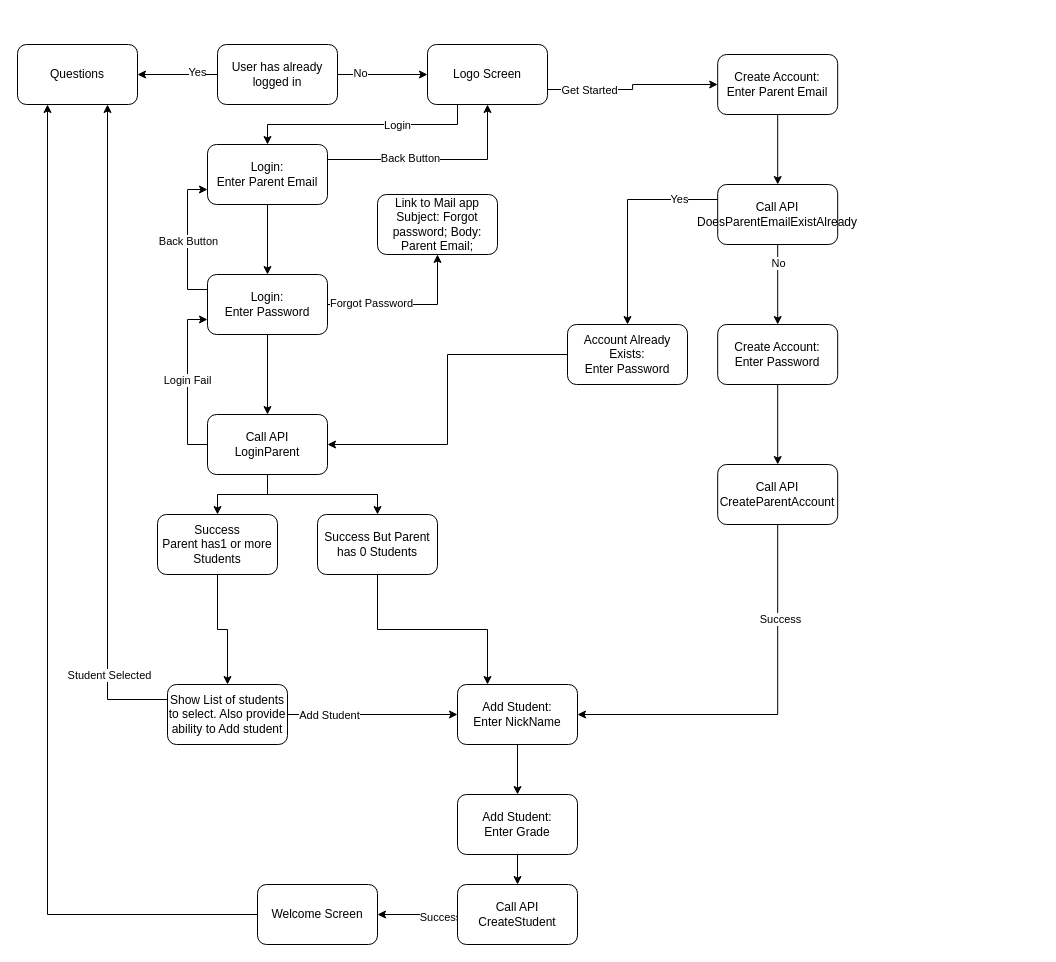
Earlier version of the draw.io diagram Untitled Diagram.drawio (pavankay/Trivia). Source tidied: cells renumbered, new cells numbered last; positions are measured from the earlier drawing's top-left corner, leaving out a move shared by most shapes. Both pictures are drawn from the tidied source at 100%, with x=0, y=0 at pixel (17, 44).
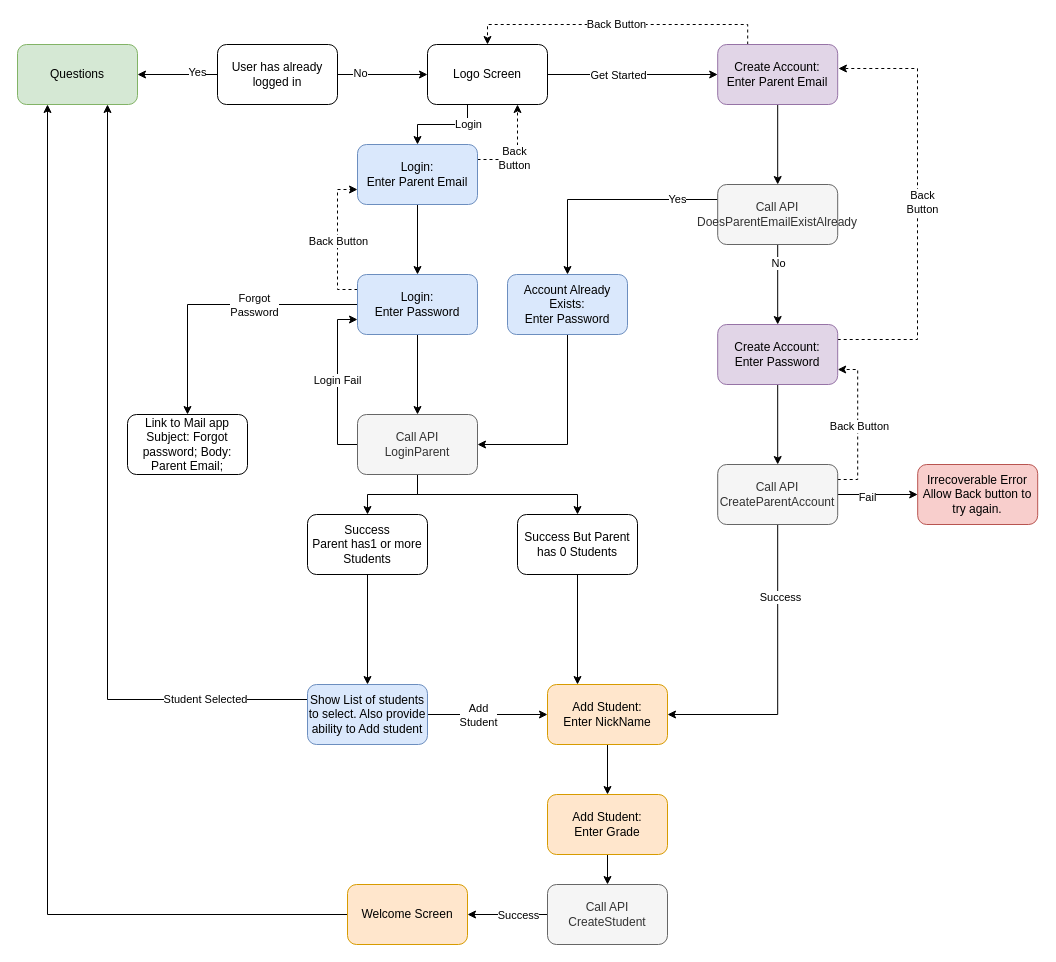
The same diagram, later.

Unchanged cells that the change refers to:
```xml
<mxCell id="12" value="Logo Screen" style="rounded=1;whiteSpace=wrap;html=1;" parent="1" vertex="1">
  <mxGeometry x="410" width="120" height="60" as="geometry" />
</mxCell>
<mxCell id="29" style="edgeStyle=orthogonalEdgeStyle;rounded=0;jettySize=auto;html=1;" parent="1" edge="1" source="31" target="60">
  <mxGeometry relative="1" as="geometry" />
</mxCell>
<mxCell id="48" style="edgeStyle=orthogonalEdgeStyle;rounded=0;jettySize=auto;html=1;" parent="1" edge="1" source="50" target="36">
  <mxGeometry relative="1" as="geometry" />
</mxCell>
<mxCell id="55" style="edgeStyle=orthogonalEdgeStyle;rounded=0;jettySize=auto;html=1;" parent="1" edge="1" source="57" target="59">
  <mxGeometry relative="1" as="geometry" />
</mxCell>
```

Change to the diagram source:
```diff
@@
-    <mxCell id="7" value="Questions" style="rounded=1;whiteSpace=wrap;html=1;" parent="1" vertex="1">
+    <mxCell id="7" value="Questions" style="rounded=1;whiteSpace=wrap;html=1;fillColor=#d5e8d4;strokeColor=#82b366;" parent="1" vertex="1">
       <mxGeometry width="120" height="60" as="geometry" />
     </mxCell>
-    <mxCell id="8" style="edgeStyle=orthogonalEdgeStyle;rounded=0;jettySize=auto;html=1;exitX=1;exitY=0.75;exitDx=0;exitDy=0;" parent="1" edge="1" source="12" target="14">
+    <mxCell id="8" style="edgeStyle=orthogonalEdgeStyle;rounded=0;jettySize=auto;html=1;exitX=1;exitY=0.5;exitDx=0;exitDy=0;" parent="1" edge="1" source="12" target="14">
       <mxGeometry relative="1" as="geometry" />
     </mxCell>
     <mxCell id="9" value="Get Started" style="edgeLabel;html=1;align=center;verticalAlign=middle;" parent="8" vertex="1">
-      <mxGeometry x="-0.53" relative="1" as="geometry" />
+      <mxGeometry x="-0.53" relative="1" as="geometry">
+        <mxPoint x="30" as="offset" />
+      </mxGeometry>
     </mxCell>
-    <mxCell id="10" style="edgeStyle=orthogonalEdgeStyle;rounded=0;jettySize=auto;html=1;exitX=0.25;exitY=1;exitDx=0;exitDy=0;" parent="1" edge="1" source="12" target="18">
-      <mxGeometry relative="1" as="geometry" />
+    <mxCell id="10" style="edgeStyle=orthogonalEdgeStyle;rounded=0;jettySize=auto;html=1;exitX=0.5;exitY=1;exitDx=0;exitDy=0;" parent="1" edge="1" source="12" target="18">
+      <mxGeometry relative="1" as="geometry">
+        <Array as="points">
+          <mxPoint x="450" y="60" />
+          <mxPoint x="450" y="80" />
+          <mxPoint x="400" y="80" />
+        </Array>
+      </mxGeometry>
     </mxCell>
@@
+    <mxCell id="61" style="edgeStyle=orthogonalEdgeStyle;rounded=0;jettySize=auto;html=1;exitX=0.25;exitY=0;exitDx=0;exitDy=0;entryX=0.5;entryY=0;entryDx=0;entryDy=0;dashed=1;" parent="1" edge="1" source="14" target="12">
+      <mxGeometry relative="1" as="geometry" />
+    </mxCell>
+    <mxCell id="62" value="Back Button" style="edgeLabel;html=1;align=center;verticalAlign=middle;" parent="61" vertex="1">
+      <mxGeometry x="0.01" y="-1" relative="1" as="geometry" />
+    </mxCell>
-    <mxCell id="14" value="Create Account:&lt;br&gt;Enter Parent Email" style="whiteSpace=wrap;html=1;rounded=1;" parent="1" vertex="1">
-      <mxGeometry x="700.2" y="10" width="120" height="60" as="geometry" />
+    <mxCell id="14" value="Create Account:&lt;br&gt;Enter Parent Email" style="whiteSpace=wrap;html=1;rounded=1;fillColor=#e1d5e7;strokeColor=#9673a6;" parent="1" vertex="1">
+      <mxGeometry x="700.2" width="120" height="60" as="geometry" />
     </mxCell>
@@
-    <mxCell id="16" style="edgeStyle=orthogonalEdgeStyle;rounded=0;jettySize=auto;html=1;exitX=1;exitY=0.25;exitDx=0;exitDy=0;entryX=0.5;entryY=1;entryDx=0;entryDy=0;" parent="1" edge="1" source="18" target="12">
+    <mxCell id="16" style="edgeStyle=orthogonalEdgeStyle;rounded=0;jettySize=auto;html=1;exitX=1;exitY=0.25;exitDx=0;exitDy=0;entryX=0.75;entryY=1;entryDx=0;entryDy=0;dashed=1;" parent="1" edge="1" source="18" target="12">
       <mxGeometry relative="1" as="geometry" />
     </mxCell>
-    <mxCell id="17" value="Back Button" style="edgeLabel;html=1;align=center;verticalAlign=middle;" parent="16" vertex="1">
+    <mxCell id="17" value="Back &lt;br&gt;Button" style="edgeLabel;html=1;align=center;verticalAlign=middle;" parent="16" vertex="1">
       <mxGeometry x="-0.24" y="2" relative="1" as="geometry" />
     </mxCell>
-    <mxCell id="18" value="Login:&lt;br&gt;Enter Parent Email" style="whiteSpace=wrap;html=1;rounded=1;" parent="1" vertex="1">
-      <mxGeometry x="190" y="100" width="120" height="60" as="geometry" />
+    <mxCell id="18" value="Login:&lt;br&gt;Enter Parent Email" style="whiteSpace=wrap;html=1;rounded=1;fillColor=#dae8fc;strokeColor=#6c8ebf;" parent="1" vertex="1">
+      <mxGeometry x="340" y="100" width="120" height="60" as="geometry" />
     </mxCell>
@@
-    <mxCell id="23" value="Call API&lt;br&gt;DoesParentEmailExistAlready" style="whiteSpace=wrap;html=1;rounded=1;" parent="1" vertex="1">
+    <mxCell id="23" value="Call API&lt;br&gt;DoesParentEmailExistAlready" style="whiteSpace=wrap;html=1;rounded=1;fillColor=#f5f5f5;fontColor=#333333;strokeColor=#666666;" parent="1" vertex="1">
       <mxGeometry x="700.2" y="140" width="120" height="60" as="geometry" />
     </mxCell>
@@
+    <mxCell id="63" style="edgeStyle=orthogonalEdgeStyle;rounded=0;jettySize=auto;html=1;exitX=1;exitY=0.25;exitDx=0;exitDy=0;entryX=1.006;entryY=0.4;entryDx=0;entryDy=0;entryPerimeter=0;dashed=1;" parent="1" edge="1" source="25" target="14">
+      <mxGeometry relative="1" as="geometry">
+        <Array as="points">
+          <mxPoint x="900" y="295" />
+          <mxPoint x="900" y="24" />
+        </Array>
+      </mxGeometry>
+    </mxCell>
+    <mxCell id="64" value="Back&lt;br&gt;Button" style="edgeLabel;html=1;align=center;verticalAlign=middle;" parent="63" vertex="1">
+      <mxGeometry x="0.01" y="-4" relative="1" as="geometry" />
+    </mxCell>
-    <mxCell id="25" value="Create Account:&lt;br&gt;Enter Password" style="whiteSpace=wrap;html=1;rounded=1;" parent="1" vertex="1">
+    <mxCell id="25" value="Create Account:&lt;br&gt;Enter Password" style="whiteSpace=wrap;html=1;rounded=1;fillColor=#e1d5e7;strokeColor=#9673a6;" parent="1" vertex="1">
       <mxGeometry x="700.2" y="280" width="120" height="60" as="geometry" />
     </mxCell>
@@
-    <mxCell id="27" style="edgeStyle=orthogonalEdgeStyle;rounded=0;jettySize=auto;html=1;exitX=0;exitY=0.25;exitDx=0;exitDy=0;entryX=0;entryY=0.75;entryDx=0;entryDy=0;" parent="1" edge="1" source="31" target="18">
+    <mxCell id="27" style="edgeStyle=orthogonalEdgeStyle;rounded=0;jettySize=auto;html=1;exitX=0;exitY=0.25;exitDx=0;exitDy=0;entryX=0;entryY=0.75;entryDx=0;entryDy=0;dashed=1;" parent="1" edge="1" source="31" target="18">
       <mxGeometry relative="1" as="geometry" />
     </mxCell>
@@
-    <mxCell id="30" value="Forgot Password" style="edgeLabel;html=1;align=center;verticalAlign=middle;" parent="29" vertex="1">
-      <mxGeometry x="-0.46" y="2" relative="1" as="geometry" />
+    <mxCell id="30" value="Forgot &lt;br&gt;Password" style="edgeLabel;html=1;align=center;verticalAlign=middle;" parent="29" vertex="1">
+      <mxGeometry x="-0.46" y="2" relative="1" as="geometry">
+        <mxPoint x="-28" y="-2" as="offset" />
+      </mxGeometry>
     </mxCell>
-    <mxCell id="31" value="Login:&lt;br&gt;Enter Password" style="whiteSpace=wrap;html=1;rounded=1;" parent="1" vertex="1">
-      <mxGeometry x="190" y="230" width="120" height="60" as="geometry" />
+    <mxCell id="31" value="Login:&lt;br&gt;Enter Password" style="whiteSpace=wrap;html=1;rounded=1;fillColor=#dae8fc;strokeColor=#6c8ebf;" parent="1" vertex="1">
+      <mxGeometry x="340" y="230" width="120" height="60" as="geometry" />
     </mxCell>
@@
+    <mxCell id="65" style="edgeStyle=orthogonalEdgeStyle;rounded=0;jettySize=auto;html=1;" parent="1" edge="1" source="34" target="69">
+      <mxGeometry relative="1" as="geometry" />
+    </mxCell>
+    <mxCell id="66" value="Fail" style="edgeLabel;html=1;align=center;verticalAlign=middle;" parent="65" vertex="1">
+      <mxGeometry x="-0.28" y="-2" relative="1" as="geometry" />
+    </mxCell>
+    <mxCell id="67" style="edgeStyle=orthogonalEdgeStyle;rounded=0;jettySize=auto;html=1;exitX=1;exitY=0.25;exitDx=0;exitDy=0;entryX=1;entryY=0.75;entryDx=0;entryDy=0;dashed=1;" parent="1" edge="1" source="34" target="25">
+      <mxGeometry relative="1" as="geometry" />
+    </mxCell>
+    <mxCell id="68" value="Back Button" style="edgeLabel;html=1;align=center;verticalAlign=middle;" parent="67" vertex="1">
+      <mxGeometry x="-0.01" y="-1" relative="1" as="geometry" />
+    </mxCell>
-    <mxCell id="34" value="Call API&lt;br&gt;CreateParentAccount" style="whiteSpace=wrap;html=1;rounded=1;" parent="1" vertex="1">
+    <mxCell id="34" value="Call API&lt;br&gt;CreateParentAccount" style="whiteSpace=wrap;html=1;rounded=1;fillColor=#f5f5f5;fontColor=#333333;strokeColor=#666666;" parent="1" vertex="1">
       <mxGeometry x="700.2" y="420" width="120" height="60" as="geometry" />
     </mxCell>
@@
-    <mxCell id="36" value="Add Student:&lt;br&gt;Enter NickName" style="whiteSpace=wrap;html=1;rounded=1;" parent="1" vertex="1">
-      <mxGeometry x="440" y="640" width="120" height="60" as="geometry" />
+    <mxCell id="36" value="Add Student:&lt;br&gt;Enter NickName" style="whiteSpace=wrap;html=1;rounded=1;fillColor=#ffe6cc;strokeColor=#d79b00;" parent="1" vertex="1">
+      <mxGeometry x="530" y="640" width="120" height="60" as="geometry" />
     </mxCell>
-    <mxCell id="37" style="edgeStyle=orthogonalEdgeStyle;rounded=0;jettySize=auto;html=1;entryX=1;entryY=0.5;entryDx=0;entryDy=0;" parent="1" edge="1" source="38" target="43">
+    <mxCell id="37" style="edgeStyle=orthogonalEdgeStyle;rounded=0;jettySize=auto;html=1;entryX=1;entryY=0.5;entryDx=0;entryDy=0;exitX=0.5;exitY=1;exitDx=0;exitDy=0;" parent="1" edge="1" source="38" target="43">
       <mxGeometry relative="1" as="geometry" />
     </mxCell>
-    <mxCell id="38" value="Account Already Exists:&lt;br&gt;Enter Password" style="whiteSpace=wrap;html=1;rounded=1;" parent="1" vertex="1">
-      <mxGeometry x="550" y="280" width="120" height="60" as="geometry" />
+    <mxCell id="38" value="Account Already Exists:&lt;br&gt;Enter Password" style="whiteSpace=wrap;html=1;rounded=1;fillColor=#dae8fc;strokeColor=#6c8ebf;" parent="1" vertex="1">
+      <mxGeometry x="490" y="230" width="120" height="60" as="geometry" />
     </mxCell>
@@
-    <mxCell id="43" value="Call API&lt;br&gt;LoginParent" style="whiteSpace=wrap;html=1;rounded=1;" parent="1" vertex="1">
-      <mxGeometry x="190" y="370" width="120" height="60" as="geometry" />
+    <mxCell id="43" value="Call API&lt;br&gt;LoginParent" style="whiteSpace=wrap;html=1;rounded=1;fillColor=#f5f5f5;fontColor=#333333;strokeColor=#666666;" parent="1" vertex="1">
+      <mxGeometry x="340" y="370" width="120" height="60" as="geometry" />
     </mxCell>
@@
     <mxCell id="45" value="Success&lt;br&gt;Parent has1 or more Students" style="whiteSpace=wrap;html=1;rounded=1;" parent="1" vertex="1">
-      <mxGeometry x="140" y="470" width="120" height="60" as="geometry" />
+      <mxGeometry x="290" y="470" width="120" height="60" as="geometry" />
     </mxCell>
@@
-    <mxCell id="49" value="Add Student" style="edgeLabel;html=1;align=center;verticalAlign=middle;" parent="48" vertex="1">
-      <mxGeometry x="-0.52" relative="1" as="geometry" />
+    <mxCell id="49" value="Add &lt;br&gt;Student" style="edgeLabel;html=1;align=center;verticalAlign=middle;" parent="48" vertex="1">
+      <mxGeometry x="-0.52" relative="1" as="geometry">
+        <mxPoint x="21" as="offset" />
+      </mxGeometry>
     </mxCell>
-    <mxCell id="50" value="Show List of students to select. Also provide ability to Add student" style="whiteSpace=wrap;html=1;rounded=1;" parent="1" vertex="1">
-      <mxGeometry x="150" y="640" width="120" height="60" as="geometry" />
+    <mxCell id="50" value="Show List of students to select. Also provide ability to Add student" style="whiteSpace=wrap;html=1;rounded=1;fillColor=#dae8fc;strokeColor=#6c8ebf;" parent="1" vertex="1">
+      <mxGeometry x="290" y="640" width="120" height="60" as="geometry" />
     </mxCell>
@@
     <mxCell id="52" value="Success But Parent has 0 Students" style="whiteSpace=wrap;html=1;rounded=1;" parent="1" vertex="1">
-      <mxGeometry x="300" y="470" width="120" height="60" as="geometry" />
+      <mxGeometry x="500" y="470" width="120" height="60" as="geometry" />
     </mxCell>
@@
-    <mxCell id="54" value="Add Student:&lt;br&gt;Enter Grade" style="whiteSpace=wrap;html=1;rounded=1;" parent="1" vertex="1">
-      <mxGeometry x="440" y="750" width="120" height="60" as="geometry" />
+    <mxCell id="54" value="Add Student:&lt;br&gt;Enter Grade" style="whiteSpace=wrap;html=1;rounded=1;fillColor=#ffe6cc;strokeColor=#d79b00;" parent="1" vertex="1">
+      <mxGeometry x="530" y="750" width="120" height="60" as="geometry" />
     </mxCell>
@@
     <mxCell id="56" value="Success" style="edgeLabel;html=1;align=center;verticalAlign=middle;" parent="55" vertex="1">
-      <mxGeometry x="-0.55" y="2" relative="1" as="geometry" />
+      <mxGeometry x="-0.55" y="2" relative="1" as="geometry">
+        <mxPoint x="-12" y="-2" as="offset" />
+      </mxGeometry>
     </mxCell>
-    <mxCell id="57" value="Call API&lt;br&gt;CreateStudent" style="whiteSpace=wrap;html=1;rounded=1;" parent="1" vertex="1">
-      <mxGeometry x="440" y="840" width="120" height="60" as="geometry" />
+    <mxCell id="57" value="Call API&lt;br&gt;CreateStudent" style="whiteSpace=wrap;html=1;rounded=1;fillColor=#f5f5f5;fontColor=#333333;strokeColor=#666666;" parent="1" vertex="1">
+      <mxGeometry x="530" y="840" width="120" height="60" as="geometry" />
     </mxCell>
@@
-    <mxCell id="59" value="Welcome Screen" style="whiteSpace=wrap;html=1;rounded=1;" parent="1" vertex="1">
-      <mxGeometry x="240" y="840" width="120" height="60" as="geometry" />
+    <mxCell id="59" value="Welcome Screen" style="whiteSpace=wrap;html=1;rounded=1;fillColor=#ffe6cc;strokeColor=#d79b00;" parent="1" vertex="1">
+      <mxGeometry x="330" y="840" width="120" height="60" as="geometry" />
     </mxCell>
     <mxCell id="60" value="Link to Mail app&lt;br&gt;Subject: Forgot password; Body: Parent Email;" style="whiteSpace=wrap;html=1;rounded=1;" parent="1" vertex="1">
-      <mxGeometry x="360" y="150" width="120" height="60" as="geometry" />
+      <mxGeometry x="110" y="370" width="120" height="60" as="geometry" />
     </mxCell>
+    <mxCell id="69" value="Irrecoverable Error&lt;br&gt;Allow Back button to try again." style="whiteSpace=wrap;html=1;rounded=1;fillColor=#f8cecc;strokeColor=#b85450;" parent="1" vertex="1">
+      <mxGeometry x="900.2" y="420" width="120" height="60" as="geometry" />
+    </mxCell>
```
